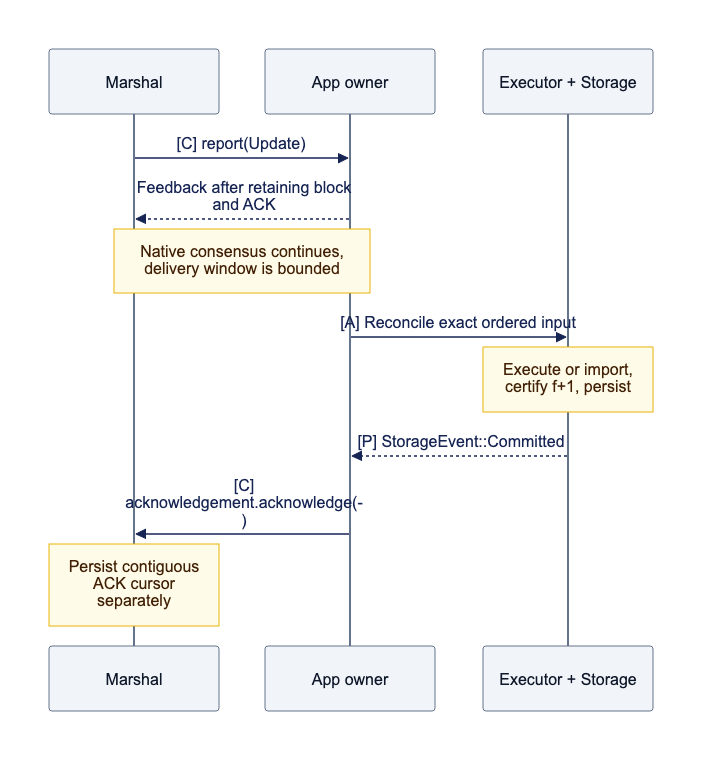
djm07073/baton keeps this Mermaid diagram as docs/assets/diagrams/diagram-25.png. Above is the earlier version. Its source is kept beside it as docs/assets/diagrams/diagram-25.mmd.
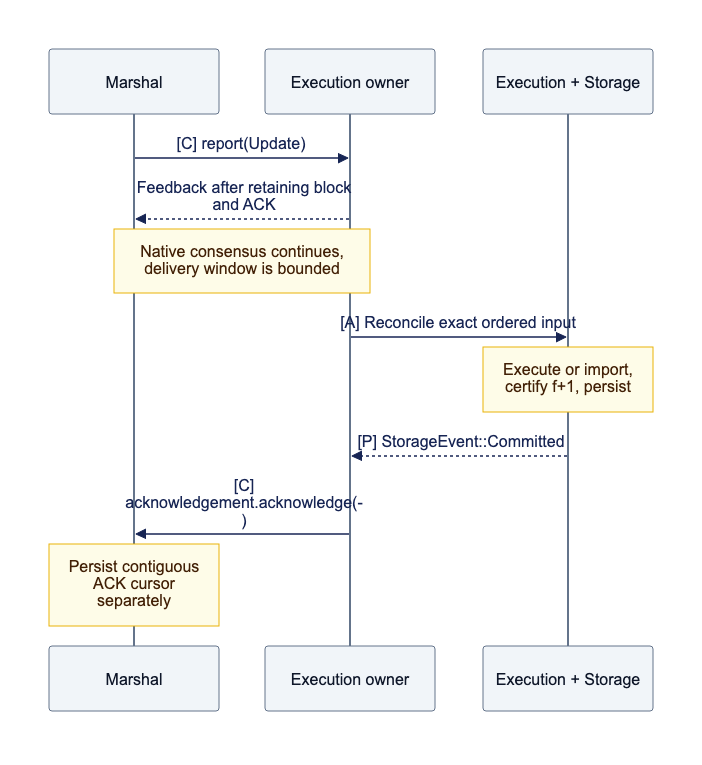
The same diagram one commit later.

The edit, as a diff of the source:
```diff
@@ -1,7 +1,7 @@
 sequenceDiagram
     participant M as Marshal
-    participant A as App owner
-    participant S as Executor + Storage
+    participant A as Execution owner
+    participant S as Execution + Storage
     M->>A: [C] report(Update)
     A-->>M: Feedback after retaining block and ACK
     Note over M,A: Native consensus continues, delivery window is bounded
```
